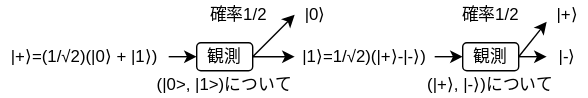
This is images/lec-qc3.drawio.svg from herumi/lecture-crypto, a draw.io export, as it was before one commit. Source tidied: cells renumbered, new cells last; positions are measured from the earlier drawing's top-left corner, leaving out a move shared by most shapes.
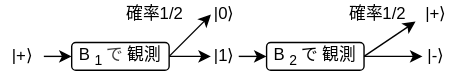
Above is the later version.

The edit, as a diff of the source:
```diff
@@ -5,8 +5,8 @@
     <mxCell id="2" style="edgeStyle=none;html=1;exitX=1;exitY=0.5;exitDx=0;exitDy=0;entryX=0;entryY=0.5;entryDx=0;entryDy=0;" parent="1" edge="1" source="3" target="6">
       <mxGeometry relative="1" as="geometry" />
     </mxCell>
-    <mxCell id="3" value="|+⟩=(1/√2)(|0⟩ + |1⟩)" style="text;html=1;align=center;verticalAlign=middle;whiteSpace=wrap;rounded=0;" parent="1" vertex="1">
-      <mxGeometry y="30" width="120" height="20" as="geometry" />
+    <mxCell id="3" value="|+⟩" style="text;html=1;align=center;verticalAlign=middle;whiteSpace=wrap;rounded=0;" parent="1" vertex="1">
+      <mxGeometry x="60" y="30" width="30" height="20" as="geometry" />
     </mxCell>
     <mxCell id="4" style="edgeStyle=none;html=1;exitX=1;exitY=0.5;exitDx=0;exitDy=0;" parent="1" edge="1" source="6" target="9">
       <mxGeometry relative="1" as="geometry" />
@@ -14,44 +14,40 @@
     <mxCell id="5" style="edgeStyle=none;html=1;exitX=1;exitY=0.5;exitDx=0;exitDy=0;entryX=0;entryY=0.5;entryDx=0;entryDy=0;" parent="1" edge="1" source="6" target="7">
       <mxGeometry relative="1" as="geometry" />
     </mxCell>
-    <mxCell id="6" value="観測" style="rounded=1;whiteSpace=wrap;html=1;" parent="1" vertex="1">
-      <mxGeometry x="140" y="30" width="40" height="20" as="geometry" />
+    <mxCell id="6" value="&lt;span style=&quot;color: rgb(0, 0, 0);&quot;&gt;B&lt;sub&gt;1&lt;/sub&gt;&lt;/span&gt;&lt;span style=&quot;scrollbar-color: rgb(226, 226, 226) rgb(251, 251, 251); background-color: transparent; color: rgb(63, 63, 63);&quot;&gt;で&lt;/span&gt;観測" style="rounded=1;whiteSpace=wrap;html=1;" parent="1" vertex="1">
+      <mxGeometry x="110" y="30" width="70" height="20" as="geometry" />
     </mxCell>
     <mxCell id="7" value="|0⟩" style="text;html=1;align=center;verticalAlign=middle;whiteSpace=wrap;rounded=0;" parent="1" vertex="1">
-      <mxGeometry x="210" width="30" height="20" as="geometry" />
+      <mxGeometry x="210" width="20" height="20" as="geometry" />
     </mxCell>
-    <mxCell id="8" style="edgeStyle=none;html=1;exitX=1;exitY=0.5;exitDx=0;exitDy=0;entryX=0;entryY=0.5;entryDx=0;entryDy=0;" parent="1" edge="1" source="9" target="13">
+    <mxCell id="8" style="edgeStyle=none;html=1;entryX=0;entryY=0.5;entryDx=0;entryDy=0;exitX=1;exitY=0.5;exitDx=0;exitDy=0;" parent="1" edge="1" source="9" target="13">
       <mxGeometry relative="1" as="geometry" />
     </mxCell>
-    <mxCell id="9" value="|1⟩=1/√2)(|+⟩-|-⟩)" style="text;html=1;align=center;verticalAlign=middle;whiteSpace=wrap;rounded=0;" parent="1" vertex="1">
-      <mxGeometry x="210" y="30" width="100" height="20" as="geometry" />
+    <mxCell id="9" value="|1⟩" style="text;html=1;align=center;verticalAlign=middle;whiteSpace=wrap;rounded=0;" parent="1" vertex="1">
+      <mxGeometry x="210" y="30" width="20" height="20" as="geometry" />
     </mxCell>
     <mxCell id="10" value="確率1/2" style="text;html=1;align=center;verticalAlign=middle;whiteSpace=wrap;rounded=0;" parent="1" vertex="1">
       <mxGeometry x="140" width="60" height="20" as="geometry" />
     </mxCell>
-    <mxCell id="11" style="edgeStyle=none;html=1;exitX=1;exitY=0.5;exitDx=0;exitDy=0;entryX=0;entryY=0.75;entryDx=0;entryDy=0;" parent="1" edge="1" source="13" target="17">
-      <mxGeometry relative="1" as="geometry" />
+    <mxCell id="11" style="edgeStyle=none;html=1;entryX=0;entryY=0.75;entryDx=0;entryDy=0;" parent="1" edge="1" target="17">
+      <mxGeometry relative="1" as="geometry">
+        <mxPoint x="320" y="40" as="sourcePoint" />
+      </mxGeometry>
     </mxCell>
     <mxCell id="12" style="edgeStyle=none;html=1;exitX=1;exitY=0.5;exitDx=0;exitDy=0;entryX=0;entryY=0.5;entryDx=0;entryDy=0;" parent="1" edge="1" source="13" target="16">
       <mxGeometry relative="1" as="geometry" />
     </mxCell>
-    <mxCell id="13" value="観測" style="rounded=1;whiteSpace=wrap;html=1;" parent="1" vertex="1">
-      <mxGeometry x="330" y="30" width="40" height="20" as="geometry" />
+    <mxCell id="13" value="&lt;span style=&quot;color: rgb(0, 0, 0);&quot;&gt;B&lt;sub&gt;2&lt;/sub&gt;で&lt;/span&gt;観測" style="rounded=1;whiteSpace=wrap;html=1;" parent="1" vertex="1">
+      <mxGeometry x="250" y="30" width="70" height="20" as="geometry" />
     </mxCell>
-    <mxCell id="14" value="(|0&amp;gt;, |1&amp;gt;)について" style="text;html=1;align=center;verticalAlign=middle;whiteSpace=wrap;rounded=0;" parent="1" vertex="1">
-      <mxGeometry x="110" y="50" width="100" height="20" as="geometry" />
-    </mxCell>
-    <mxCell id="15" value="(|+⟩, |-⟩)について" style="text;html=1;align=center;verticalAlign=middle;whiteSpace=wrap;rounded=0;" parent="1" vertex="1">
-      <mxGeometry x="300" y="50" width="100" height="20" as="geometry" />
-    </mxCell>
     <mxCell id="16" value="|-⟩" style="text;html=1;align=center;verticalAlign=middle;whiteSpace=wrap;rounded=0;" parent="1" vertex="1">
-      <mxGeometry x="390" y="30" width="30" height="20" as="geometry" />
+      <mxGeometry x="362" y="30" width="20" height="20" as="geometry" />
     </mxCell>
     <mxCell id="17" value="|+⟩" style="text;html=1;align=center;verticalAlign=middle;whiteSpace=wrap;rounded=0;" parent="1" vertex="1">
-      <mxGeometry x="390" width="30" height="20" as="geometry" />
+      <mxGeometry x="357" width="30" height="20" as="geometry" />
     </mxCell>
     <mxCell id="18" value="確率1/2" style="text;html=1;align=center;verticalAlign=middle;whiteSpace=wrap;rounded=0;" parent="1" vertex="1">
-      <mxGeometry x="320" width="60" height="20" as="geometry" />
+      <mxGeometry x="300" width="60" height="20" as="geometry" />
     </mxCell>
   </root>
 </mxGraphModel>
```
